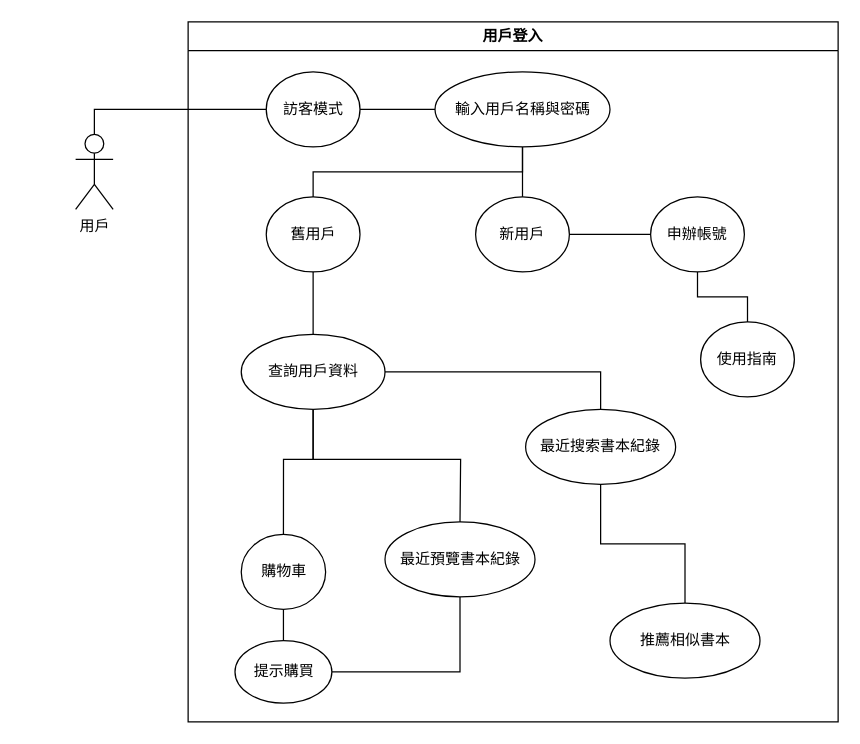
SparrowTen/OpenShop keeps this draw.io diagram as diagrams/用戶登入.drawio. Above is the earlier version. Source tidied: cells renumbered, new cells numbered last; positions are measured from the earlier drawing's top-left corner, leaving out a move shared by most shapes. Both pictures are drawn from the tidied source at 125%, with x=0, y=0 at pixel (75, 21).
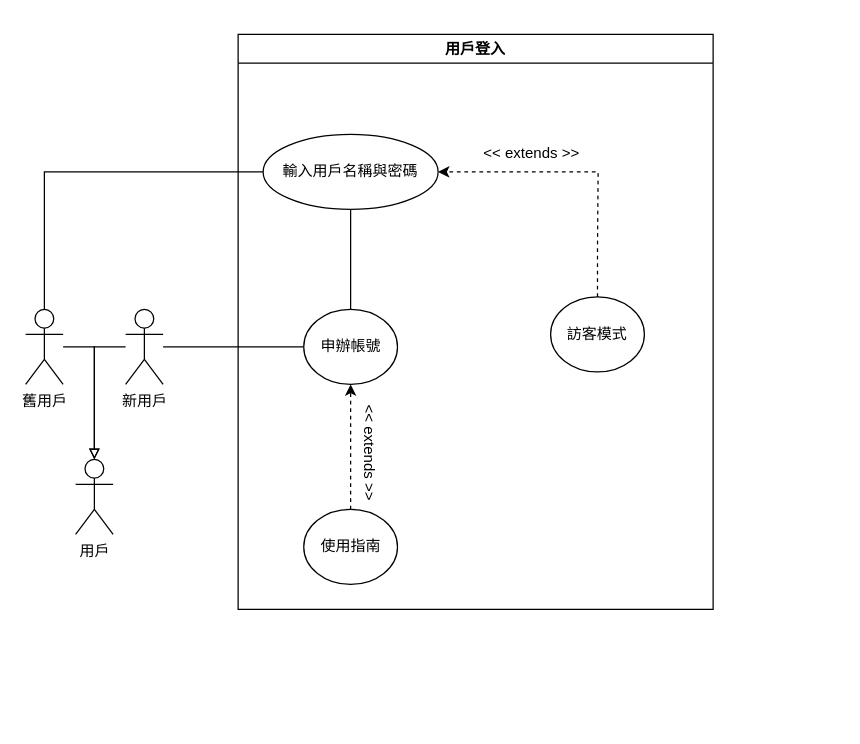
Above is the later version.

Commit message (it also covers changes not shown here):
更新用戶登入.drawio

Change to the diagram source:
```diff
@@
     <mxCell id="2" value="用戶登入" style="swimlane;whiteSpace=wrap;html=1;" parent="1" vertex="1">
-      <mxGeometry x="90" width="520" height="560" as="geometry" />
+      <mxGeometry x="130" y="10" width="380" height="460" as="geometry" />
     </mxCell>
-    <mxCell id="3" style="edgeStyle=orthogonalEdgeStyle;rounded=0;jettySize=auto;html=1;exitX=0.5;exitY=1;exitDx=0;exitDy=0;entryX=0.5;entryY=0;entryDx=0;entryDy=0;endArrow=none;endFill=0;" parent="2" edge="1" source="5" target="7">
-      <mxGeometry relative="1" as="geometry" />
-    </mxCell>
-    <mxCell id="4" style="edgeStyle=orthogonalEdgeStyle;rounded=0;jettySize=auto;html=1;exitX=0.5;exitY=1;exitDx=0;exitDy=0;entryX=0.5;entryY=0;entryDx=0;entryDy=0;endArrow=none;endFill=0;" parent="2" edge="1" source="5" target="9">
-      <mxGeometry relative="1" as="geometry" />
-    </mxCell>
+    <mxCell id="29" style="edgeStyle=orthogonalEdgeStyle;rounded=0;jettySize=auto;html=1;exitX=0.5;exitY=1;exitDx=0;exitDy=0;entryX=0.5;entryY=0;entryDx=0;entryDy=0;endArrow=none;endFill=0;" parent="2" edge="1" source="5" target="11">
+      <mxGeometry relative="1" as="geometry" />
+    </mxCell>
     <mxCell id="5" value="輸入用戶名稱與密碼" style="ellipse;whiteSpace=wrap;html=1;" parent="2" vertex="1">
-      <mxGeometry x="197.5" y="40" width="140" height="60" as="geometry" />
+      <mxGeometry x="20" y="80" width="140" height="60" as="geometry" />
     </mxCell>
-    <mxCell id="6" style="edgeStyle=orthogonalEdgeStyle;rounded=0;jettySize=auto;html=1;exitX=0.5;exitY=1;exitDx=0;exitDy=0;entryX=0.5;entryY=0;entryDx=0;entryDy=0;endArrow=none;endFill=0;" parent="2" edge="1" source="7" target="17">
-      <mxGeometry relative="1" as="geometry" />
-    </mxCell>
-    <mxCell id="7" value="舊用戶" style="ellipse;whiteSpace=wrap;html=1;" parent="2" vertex="1">
-      <mxGeometry x="62.5" y="140" width="75" height="60" as="geometry" />
-    </mxCell>
-    <mxCell id="8" style="edgeStyle=orthogonalEdgeStyle;rounded=0;jettySize=auto;html=1;exitX=1;exitY=0.5;exitDx=0;exitDy=0;entryX=0;entryY=0.5;entryDx=0;entryDy=0;endArrow=none;endFill=0;" parent="2" edge="1" source="9" target="11">
-      <mxGeometry relative="1" as="geometry" />
-    </mxCell>
-    <mxCell id="9" value="新用戶" style="ellipse;whiteSpace=wrap;html=1;" parent="2" vertex="1">
-      <mxGeometry x="230" y="140" width="75" height="60" as="geometry" />
-    </mxCell>
-    <mxCell id="10" style="edgeStyle=orthogonalEdgeStyle;rounded=0;jettySize=auto;html=1;exitX=0.5;exitY=1;exitDx=0;exitDy=0;entryX=0.5;entryY=0;entryDx=0;entryDy=0;endArrow=none;endFill=0;" parent="2" edge="1" source="11" target="26">
-      <mxGeometry relative="1" as="geometry" />
-    </mxCell>
     <mxCell id="11" value="申辦帳號" style="ellipse;whiteSpace=wrap;html=1;" parent="2" vertex="1">
-      <mxGeometry x="370" y="140" width="75" height="60" as="geometry" />
+      <mxGeometry x="52.5" y="220" width="75" height="60" as="geometry" />
     </mxCell>
-    <mxCell id="12" style="edgeStyle=orthogonalEdgeStyle;rounded=0;jettySize=auto;html=1;exitX=1;exitY=0.5;exitDx=0;exitDy=0;entryX=0;entryY=0.5;entryDx=0;entryDy=0;endArrow=none;endFill=0;" parent="2" edge="1" source="13" target="5">
-      <mxGeometry relative="1" as="geometry" />
+    <mxCell id="12" style="edgeStyle=orthogonalEdgeStyle;rounded=0;jettySize=auto;html=1;entryX=1;entryY=0.5;entryDx=0;entryDy=0;endArrow=classic;endFill=1;dashed=1;exitX=0.5;exitY=0;exitDx=0;exitDy=0;" parent="2" edge="1" source="13" target="5">
+      <mxGeometry relative="1" as="geometry">
+        <Array as="points">
+          <mxPoint x="288" y="170" />
+          <mxPoint x="288" y="110" />
+        </Array>
+      </mxGeometry>
     </mxCell>
     <mxCell id="13" value="訪客模式" style="ellipse;whiteSpace=wrap;html=1;" parent="2" vertex="1">
-      <mxGeometry x="62.5" y="40" width="75" height="60" as="geometry" />
+      <mxGeometry x="250" y="210" width="75" height="60" as="geometry" />
     </mxCell>
-    <mxCell id="14" style="edgeStyle=orthogonalEdgeStyle;rounded=0;jettySize=auto;html=1;exitX=0.5;exitY=1;exitDx=0;exitDy=0;entryX=0.5;entryY=0;entryDx=0;entryDy=0;endArrow=none;endFill=0;" parent="2" edge="1" source="17" target="19">
-      <mxGeometry relative="1" as="geometry">
-        <Array as="points">
-          <mxPoint x="100" y="350" />
-          <mxPoint x="76" y="350" />
-        </Array>
-      </mxGeometry>
-    </mxCell>
-    <mxCell id="15" style="edgeStyle=orthogonalEdgeStyle;rounded=0;jettySize=auto;html=1;exitX=0.5;exitY=1;exitDx=0;exitDy=0;endArrow=none;endFill=0;" parent="2" edge="1" source="17" target="21">
-      <mxGeometry relative="1" as="geometry">
-        <Array as="points">
-          <mxPoint x="100" y="350" />
-          <mxPoint x="218" y="350" />
-        </Array>
-      </mxGeometry>
-    </mxCell>
-    <mxCell id="16" style="edgeStyle=orthogonalEdgeStyle;rounded=0;jettySize=auto;html=1;exitX=1;exitY=0.5;exitDx=0;exitDy=0;entryX=0.5;entryY=0;entryDx=0;entryDy=0;endArrow=none;endFill=0;" parent="2" edge="1" source="17" target="23">
-      <mxGeometry relative="1" as="geometry" />
-    </mxCell>
-    <mxCell id="17" value="查詢用戶資料" style="ellipse;whiteSpace=wrap;html=1;" parent="2" vertex="1">
-      <mxGeometry x="42.5" y="250" width="115" height="60" as="geometry" />
-    </mxCell>
-    <mxCell id="18" style="edgeStyle=orthogonalEdgeStyle;rounded=0;jettySize=auto;html=1;exitX=0.5;exitY=1;exitDx=0;exitDy=0;entryX=0.5;entryY=0;entryDx=0;entryDy=0;endArrow=none;endFill=0;" parent="2" edge="1" source="19" target="24">
-      <mxGeometry relative="1" as="geometry" />
-    </mxCell>
-    <mxCell id="19" value="購物車" style="ellipse;whiteSpace=wrap;html=1;" parent="2" vertex="1">
-      <mxGeometry x="42.5" y="410" width="67.5" height="60" as="geometry" />
-    </mxCell>
-    <mxCell id="20" style="edgeStyle=orthogonalEdgeStyle;rounded=0;jettySize=auto;html=1;exitX=0.5;exitY=1;exitDx=0;exitDy=0;entryX=1;entryY=0.5;entryDx=0;entryDy=0;endArrow=none;endFill=0;" parent="2" edge="1" source="21" target="24">
-      <mxGeometry relative="1" as="geometry" />
-    </mxCell>
-    <mxCell id="21" value="最近預覽書本紀錄" style="ellipse;whiteSpace=wrap;html=1;" parent="2" vertex="1">
-      <mxGeometry x="157.5" y="400" width="120" height="60" as="geometry" />
-    </mxCell>
-    <mxCell id="22" style="edgeStyle=orthogonalEdgeStyle;rounded=0;jettySize=auto;html=1;exitX=0.5;exitY=1;exitDx=0;exitDy=0;entryX=0.5;entryY=0;entryDx=0;entryDy=0;endArrow=none;endFill=0;" parent="2" edge="1" source="23" target="25">
-      <mxGeometry relative="1" as="geometry" />
-    </mxCell>
-    <mxCell id="23" value="最近搜索書本紀錄" style="ellipse;whiteSpace=wrap;html=1;" parent="2" vertex="1">
-      <mxGeometry x="270" y="310" width="120" height="60" as="geometry" />
-    </mxCell>
-    <mxCell id="24" value="提示購買" style="ellipse;whiteSpace=wrap;html=1;" parent="2" vertex="1">
-      <mxGeometry x="37.5" y="495" width="77.5" height="50" as="geometry" />
-    </mxCell>
-    <mxCell id="25" value="推薦相似書本" style="ellipse;whiteSpace=wrap;html=1;" parent="2" vertex="1">
-      <mxGeometry x="337.5" y="465" width="120" height="60" as="geometry" />
-    </mxCell>
+    <mxCell id="30" style="edgeStyle=orthogonalEdgeStyle;rounded=0;jettySize=auto;html=1;entryX=0.5;entryY=1;entryDx=0;entryDy=0;endArrow=classic;endFill=1;dashed=1;" parent="2" edge="1" source="26" target="11">
+      <mxGeometry relative="1" as="geometry" />
+    </mxCell>
     <mxCell id="26" value="使用指南" style="ellipse;whiteSpace=wrap;html=1;" parent="2" vertex="1">
-      <mxGeometry x="410" y="240" width="75" height="60" as="geometry" />
+      <mxGeometry x="52.5" y="380" width="75" height="60" as="geometry" />
     </mxCell>
-    <mxCell id="27" style="edgeStyle=orthogonalEdgeStyle;rounded=0;jettySize=auto;html=1;exitX=0.5;exitY=0;exitDx=0;exitDy=0;exitPerimeter=0;endArrow=none;endFill=0;" parent="1" edge="1" source="28" target="13">
-      <mxGeometry relative="1" as="geometry" />
-    </mxCell>
+    <mxCell id="31" value="&amp;lt;&amp;lt; extends &amp;gt;&amp;gt;" style="text;html=1;strokeColor=none;fillColor=none;align=center;verticalAlign=middle;whiteSpace=wrap;rounded=0;" parent="2" vertex="1">
+      <mxGeometry x="190" y="80" width="90" height="30" as="geometry" />
+    </mxCell>
+    <mxCell id="32" value="&amp;lt;&amp;lt; extends &amp;gt;&amp;gt;" style="text;html=1;strokeColor=none;fillColor=none;align=center;verticalAlign=middle;whiteSpace=wrap;rounded=0;rotation=90;" parent="2" vertex="1">
+      <mxGeometry x="60" y="320" width="90" height="30" as="geometry" />
+    </mxCell>
     <mxCell id="28" value="用戶" style="shape=umlActor;verticalLabelPosition=bottom;verticalAlign=top;html=1;outlineConnect=0;" parent="1" vertex="1">
-      <mxGeometry y="90" width="30" height="60" as="geometry" />
+      <mxGeometry y="350" width="30" height="60" as="geometry" />
     </mxCell>
+    <mxCell id="33" style="edgeStyle=orthogonalEdgeStyle;rounded=0;jettySize=auto;html=1;entryX=0.5;entryY=0;entryDx=0;entryDy=0;entryPerimeter=0;endArrow=block;endFill=0;" parent="1" edge="1" source="7" target="28">
+      <mxGeometry relative="1" as="geometry" />
+    </mxCell>
+    <mxCell id="7" value="舊用戶" style="shape=umlActor;verticalLabelPosition=bottom;verticalAlign=top;html=1;outlineConnect=0;" parent="1" vertex="1">
+      <mxGeometry x="-40" y="230" width="30" height="60" as="geometry" />
+    </mxCell>
+    <mxCell id="34" style="edgeStyle=orthogonalEdgeStyle;rounded=0;jettySize=auto;html=1;entryX=0.5;entryY=0;entryDx=0;entryDy=0;entryPerimeter=0;endArrow=block;endFill=0;" parent="1" edge="1" source="9" target="28">
+      <mxGeometry relative="1" as="geometry" />
+    </mxCell>
+    <mxCell id="8" style="edgeStyle=orthogonalEdgeStyle;rounded=0;jettySize=auto;html=1;entryX=0;entryY=0.5;entryDx=0;entryDy=0;endArrow=none;endFill=0;" parent="1" edge="1" source="9" target="11">
+      <mxGeometry relative="1" as="geometry" />
+    </mxCell>
+    <mxCell id="9" value="新用戶" style="shape=umlActor;verticalLabelPosition=bottom;verticalAlign=top;html=1;outlineConnect=0;" parent="1" vertex="1">
+      <mxGeometry x="40" y="230" width="30" height="60" as="geometry" />
+    </mxCell>
+    <mxCell id="3" style="edgeStyle=orthogonalEdgeStyle;rounded=0;jettySize=auto;html=1;exitX=0;exitY=0.5;exitDx=0;exitDy=0;entryX=0.5;entryY=0;entryDx=0;entryDy=0;entryPerimeter=0;endArrow=none;endFill=0;" parent="1" edge="1" source="5" target="7">
+      <mxGeometry relative="1" as="geometry" />
+    </mxCell>
```
